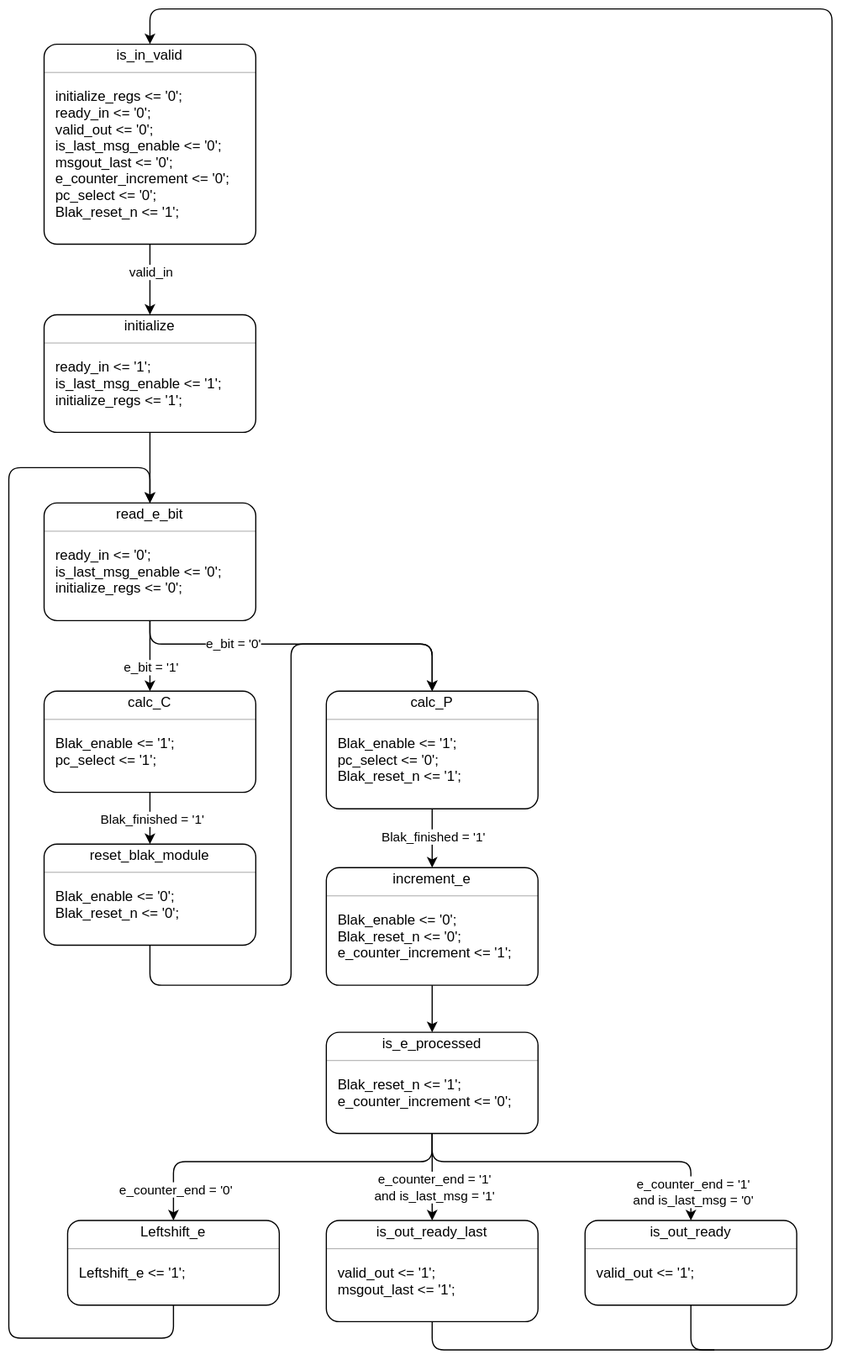
marnicbar/tfe4141 keeps this draw.io diagram as mod_exp_fsm.svg. Above is the earlier version. Source tidied: cells renumbered, new cells last; positions are measured from the earlier drawing's top-left corner, leaving out a move shared by most shapes.
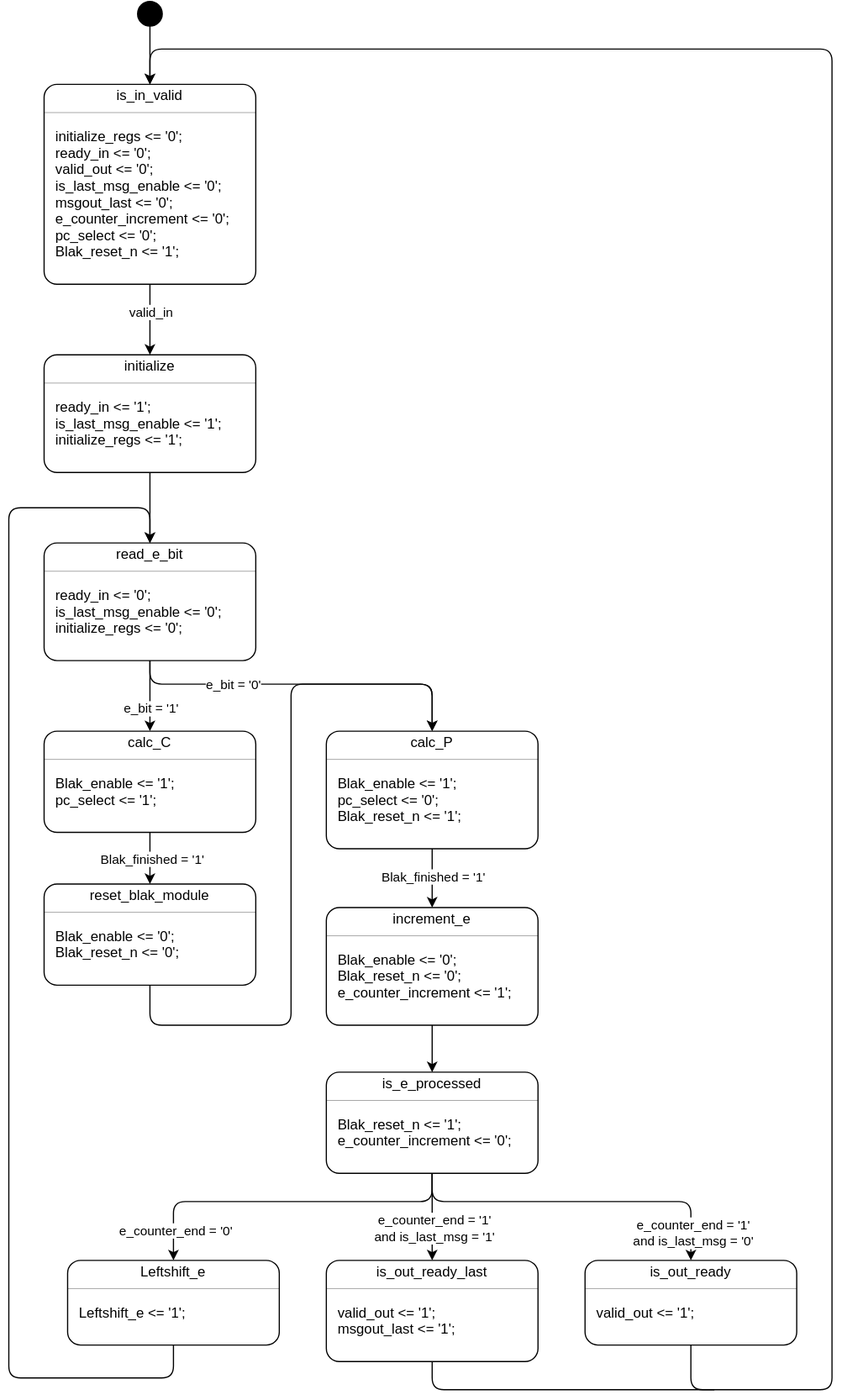
Later version of the same file.

Commit message:
Include init state in modular exponentiation state diagram and ignore backup files

The edit, as a diff of the source:
```diff
@@ -352,7 +352,7 @@
         </Array>
       </mxGeometry>
     </mxCell>
-    <mxCell id="107" style="edgeStyle=orthogonalEdgeStyle;rounded=1;jettySize=auto;html=1;exitX=0.5;exitY=1;exitDx=0;exitDy=0;entryX=0.5;entryY=0;entryDx=0;entryDy=0;curved=0;" parent="1" edge="1" source="86" target="3">
+    <mxCell id="107" style="edgeStyle=orthogonalEdgeStyle;rounded=1;jettySize=auto;html=1;exitX=0.5;exitY=1;exitDx=0;exitDy=0;entryX=0.5;entryY=0;entryDx=0;entryDy=0;curved=0;strokeColor=default;" parent="1" edge="1" source="86" target="3">
       <mxGeometry relative="1" as="geometry">
         <Array as="points">
           <mxPoint x="580" y="1140" />
@@ -370,5 +370,11 @@
         </Array>
       </mxGeometry>
     </mxCell>
+    <mxCell id="109" style="edgeStyle=orthogonalEdgeStyle;rounded=0;jettySize=auto;html=1;exitX=0.5;exitY=1;exitDx=0;exitDy=0;exitPerimeter=0;entryX=0.5;entryY=0;entryDx=0;entryDy=0;" parent="1" edge="1" source="110" target="3">
+      <mxGeometry relative="1" as="geometry" />
+    </mxCell>
+    <mxCell id="110" style="strokeWidth=2;html=1;shape=mxgraph.flowchart.start_2;whiteSpace=wrap;fillColor=light-dark(#000000,#FFFFFF);" parent="1" vertex="1">
+      <mxGeometry x="110" y="-40" width="20" height="20" as="geometry" />
+    </mxCell>
   </root>
 </mxGraphModel>
```
